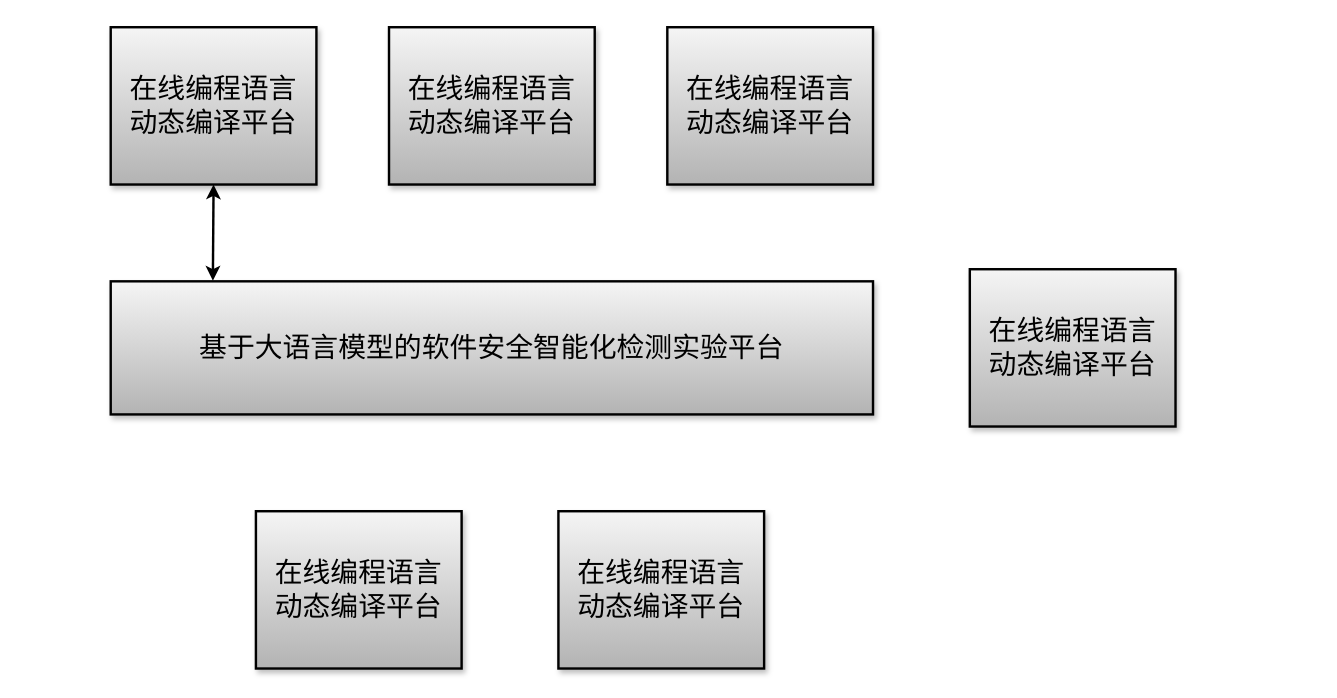
Before: 外部信息图-系统.drawio in LovenSar/-, a draw.io diagram. Source tidied: cells renumbered, new cells numbered last; positions are measured from the earlier drawing's top-left corner, leaving out a move shared by most shapes. Both pictures are drawn from the tidied source at 121%, with x=0, y=0 at pixel (110, 27).
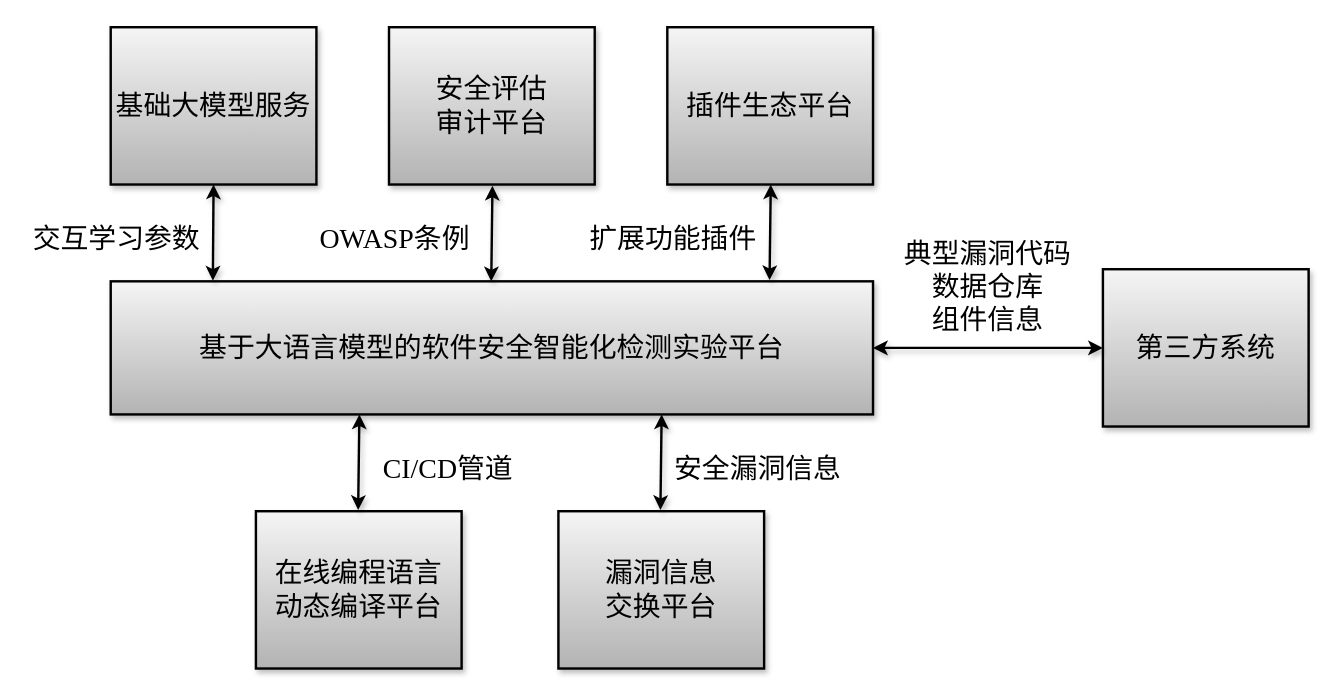
The same page after the edit.

Commit message:
更新外部信息图-系统.drawio

The change refers to these unchanged cells:
```xml
<mxCell id="2" value="基于大语言模型的软件安全智能化检测实验平台" style="rounded=0;whiteSpace=wrap;html=1;fillColor=#f5f5f5;strokeWidth=2;fontFamily=宋体;fontSize=23;fillStyle=dots;gradientColor=#b3b3b3;strokeColor=#000000;shadow=1;" parent="1" vertex="1">
  <mxGeometry y="210" width="630" height="110" as="geometry" />
</mxCell>
```

The edit, as a diff of the source:
```diff
@@
-    <mxCell id="4" value="在线编程语言&lt;div&gt;动态编译平台&lt;/div&gt;" style="rounded=0;whiteSpace=wrap;html=1;fillColor=#f5f5f5;strokeWidth=2;fontFamily=宋体;fontSize=23;fillStyle=dots;gradientColor=#b3b3b3;strokeColor=#000000;shadow=1;" parent="1" vertex="1">
+    <mxCell id="4" value="漏洞信息&lt;div&gt;交换平台&lt;/div&gt;" style="rounded=0;whiteSpace=wrap;html=1;fillColor=#f5f5f5;strokeWidth=2;fontFamily=宋体;fontSize=23;fillStyle=dots;gradientColor=#b3b3b3;strokeColor=#000000;shadow=1;" parent="1" vertex="1">
       <mxGeometry x="370" y="400" width="170" height="130" as="geometry" />
     </mxCell>
-    <mxCell id="5" value="在线编程语言&lt;div&gt;动态编译平台&lt;/div&gt;" style="rounded=0;whiteSpace=wrap;html=1;fillColor=#f5f5f5;strokeWidth=2;fontFamily=宋体;fontSize=23;fillStyle=dots;gradientColor=#b3b3b3;strokeColor=#000000;shadow=1;" parent="1" vertex="1">
+    <mxCell id="5" value="基础大模型服务" style="rounded=0;whiteSpace=wrap;html=1;fillColor=#f5f5f5;strokeWidth=2;fontFamily=宋体;fontSize=23;fillStyle=dots;gradientColor=#b3b3b3;strokeColor=#000000;shadow=1;" parent="1" vertex="1">
       <mxGeometry width="170" height="130" as="geometry" />
     </mxCell>
-    <mxCell id="6" value="在线编程语言&lt;div&gt;动态编译平台&lt;/div&gt;" style="rounded=0;whiteSpace=wrap;html=1;fillColor=#f5f5f5;strokeWidth=2;fontFamily=宋体;fontSize=23;fillStyle=dots;gradientColor=#b3b3b3;strokeColor=#000000;shadow=1;" parent="1" vertex="1">
+    <mxCell id="6" value="安全评估&lt;br&gt;审计平台" style="rounded=0;whiteSpace=wrap;html=1;fillColor=#f5f5f5;strokeWidth=2;fontFamily=宋体;fontSize=23;fillStyle=dots;gradientColor=#b3b3b3;strokeColor=#000000;shadow=1;" parent="1" vertex="1">
       <mxGeometry x="230" width="170" height="130" as="geometry" />
     </mxCell>
-    <mxCell id="7" value="在线编程语言&lt;div&gt;动态编译平台&lt;/div&gt;" style="rounded=0;whiteSpace=wrap;html=1;fillColor=#f5f5f5;strokeWidth=2;fontFamily=宋体;fontSize=23;fillStyle=dots;gradientColor=#b3b3b3;strokeColor=#000000;shadow=1;" parent="1" vertex="1">
+    <mxCell id="7" value="插件生态平台" style="rounded=0;whiteSpace=wrap;html=1;fillColor=#f5f5f5;strokeWidth=2;fontFamily=宋体;fontSize=23;fillStyle=dots;gradientColor=#b3b3b3;strokeColor=#000000;shadow=1;" parent="1" vertex="1">
       <mxGeometry x="460" width="170" height="130" as="geometry" />
     </mxCell>
-    <mxCell id="8" value="在线编程语言&lt;div&gt;动态编译平台&lt;/div&gt;" style="rounded=0;whiteSpace=wrap;html=1;fillColor=#f5f5f5;strokeWidth=2;fontFamily=宋体;fontSize=23;fillStyle=dots;gradientColor=#b3b3b3;strokeColor=#000000;shadow=1;" parent="1" vertex="1">
-      <mxGeometry x="710" y="200" width="170" height="130" as="geometry" />
+    <mxCell id="8" value="第三方系统" style="rounded=0;whiteSpace=wrap;html=1;fillColor=#f5f5f5;strokeWidth=2;fontFamily=宋体;fontSize=23;fillStyle=dots;gradientColor=#b3b3b3;strokeColor=#000000;shadow=1;" parent="1" vertex="1">
+      <mxGeometry x="820" y="200" width="170" height="130" as="geometry" />
     </mxCell>
-    <mxCell id="9" style="endArrow=classic;startArrow=classic;html=1;rounded=0;entryX=0.5;entryY=1;entryDx=0;entryDy=0;exitX=0.134;exitY=-0.005;exitDx=0;exitDy=0;exitPerimeter=0;strokeWidth=2;" parent="1" edge="1" source="2" target="5">
+    <mxCell id="9" style="endArrow=classic;startArrow=classic;html=1;rounded=0;entryX=0.5;entryY=1;entryDx=0;entryDy=0;exitX=0.134;exitY=-0.005;exitDx=0;exitDy=0;exitPerimeter=0;strokeWidth=2;shadow=1;" parent="1" edge="1" source="2" target="5">
       <mxGeometry relative="1" as="geometry" />
     </mxCell>
+    <mxCell id="10" style="endArrow=classic;startArrow=classic;html=1;rounded=0;entryX=0.5;entryY=1;entryDx=0;entryDy=0;exitX=0.134;exitY=-0.005;exitDx=0;exitDy=0;exitPerimeter=0;strokeWidth=2;shadow=1;" parent="1" edge="1">
+      <mxGeometry relative="1" as="geometry">
+        <mxPoint x="314.5" y="210" as="sourcePoint" />
+        <mxPoint x="315.5" y="131" as="targetPoint" />
+      </mxGeometry>
+    </mxCell>
+    <mxCell id="11" style="endArrow=classic;startArrow=classic;html=1;rounded=0;entryX=0.5;entryY=1;entryDx=0;entryDy=0;exitX=0.134;exitY=-0.005;exitDx=0;exitDy=0;exitPerimeter=0;strokeWidth=2;shadow=1;" parent="1" edge="1">
+      <mxGeometry relative="1" as="geometry">
+        <mxPoint x="544.5" y="209" as="sourcePoint" />
+        <mxPoint x="545.5" y="130" as="targetPoint" />
+      </mxGeometry>
+    </mxCell>
+    <mxCell id="12" style="endArrow=classic;startArrow=classic;html=1;rounded=0;entryX=0.5;entryY=1;entryDx=0;entryDy=0;exitX=0.134;exitY=-0.005;exitDx=0;exitDy=0;exitPerimeter=0;strokeWidth=2;shadow=1;" parent="1" edge="1">
+      <mxGeometry relative="1" as="geometry">
+        <mxPoint x="204.5" y="399" as="sourcePoint" />
+        <mxPoint x="205.5" y="320" as="targetPoint" />
+      </mxGeometry>
+    </mxCell>
+    <mxCell id="13" style="endArrow=classic;startArrow=classic;html=1;rounded=0;entryX=0.5;entryY=1;entryDx=0;entryDy=0;exitX=0.134;exitY=-0.005;exitDx=0;exitDy=0;exitPerimeter=0;strokeWidth=2;shadow=1;" parent="1" edge="1">
+      <mxGeometry relative="1" as="geometry">
+        <mxPoint x="454.3" y="399" as="sourcePoint" />
+        <mxPoint x="455.3" y="320" as="targetPoint" />
+      </mxGeometry>
+    </mxCell>
+    <mxCell id="14" style="endArrow=classic;startArrow=classic;html=1;rounded=0;entryX=0;entryY=0.5;entryDx=0;entryDy=0;exitX=1;exitY=0.5;exitDx=0;exitDy=0;strokeWidth=2;shadow=1;" parent="1" edge="1" source="2" target="8">
+      <mxGeometry relative="1" as="geometry" />
+    </mxCell>
+    <mxCell id="15" value="交互学习参数" style="text;html=1;align=center;verticalAlign=middle;whiteSpace=wrap;rounded=0;fontSize=23;fontFamily=宋体;shadow=1;" parent="1" vertex="1">
+      <mxGeometry x="-70" y="160" width="150" height="30" as="geometry" />
+    </mxCell>
+    <mxCell id="16" value="&lt;font face=&quot;Times New Roman&quot;&gt;OWASP&lt;/font&gt;条例" style="text;html=1;align=center;verticalAlign=middle;whiteSpace=wrap;rounded=0;fontSize=23;fontFamily=宋体;shadow=1;" parent="1" vertex="1">
+      <mxGeometry x="160" y="160" width="150" height="30" as="geometry" />
+    </mxCell>
+    <mxCell id="17" value="&lt;font&gt;扩展功能插件&lt;/font&gt;" style="text;html=1;align=center;verticalAlign=middle;whiteSpace=wrap;rounded=0;fontSize=23;fontFamily=宋体;shadow=1;" parent="1" vertex="1">
+      <mxGeometry x="390" y="160" width="150" height="30" as="geometry" />
+    </mxCell>
+    <mxCell id="18" value="典型漏洞代码&lt;div&gt;数据仓库&lt;/div&gt;&lt;div&gt;组件信息&lt;/div&gt;" style="text;html=1;align=center;verticalAlign=middle;whiteSpace=wrap;rounded=0;fontSize=23;fontFamily=宋体;shadow=1;" parent="1" vertex="1">
+      <mxGeometry x="650" y="170" width="150" height="90" as="geometry" />
+    </mxCell>
+    <mxCell id="19" value="安全漏洞信息" style="text;html=1;align=center;verticalAlign=middle;whiteSpace=wrap;rounded=0;fontSize=23;fontFamily=宋体;shadow=1;" parent="1" vertex="1">
+      <mxGeometry x="460" y="350" width="150" height="30" as="geometry" />
+    </mxCell>
+    <mxCell id="20" value="&lt;font face=&quot;Times New Roman&quot;&gt;CI/CD&lt;/font&gt;管道" style="text;html=1;align=center;verticalAlign=middle;whiteSpace=wrap;rounded=0;fontSize=23;fontFamily=宋体;shadow=1;" parent="1" vertex="1">
+      <mxGeometry x="204" y="350" width="150" height="30" as="geometry" />
+    </mxCell>
```
